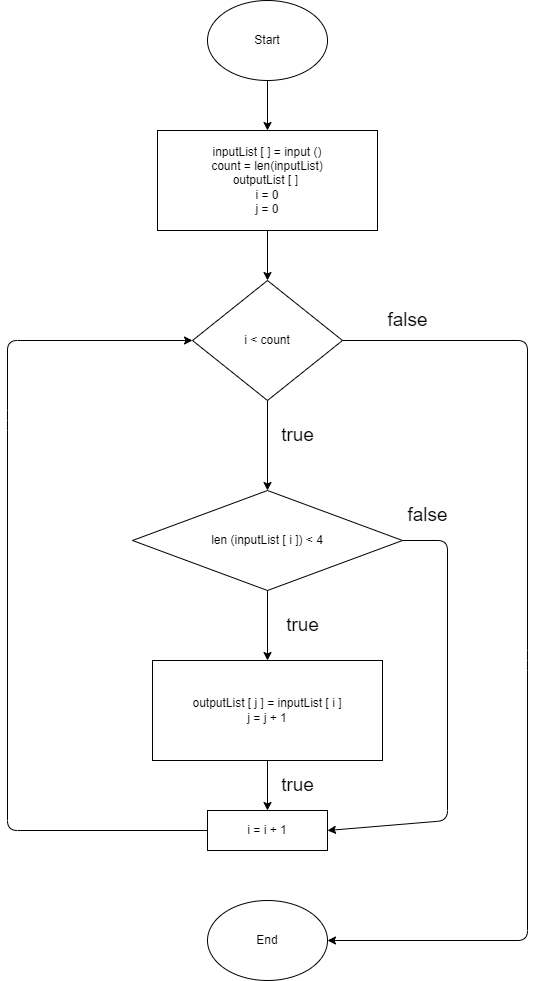
Earlier version of the draw.io export algorithm.drawio.png (ZalesskayaLV/Test). Source tidied: cells renumbered, new cells last; positions are measured from the earlier drawing's top-left corner, leaving out a move shared by most shapes. Its diagram source:
```xml
<mxGraphModel>
  <root>
    <mxCell id="0" />
    <mxCell id="1" parent="0" />
    <mxCell id="2" style="edgeStyle=none;html=1;entryX=0.5;entryY=0;entryDx=0;entryDy=0;" parent="1" edge="1" source="3" target="5">
      <mxGeometry relative="1" as="geometry" />
    </mxCell>
    <mxCell id="3" value="Start" style="ellipse;whiteSpace=wrap;html=1;" parent="1" vertex="1">
      <mxGeometry x="200" width="120" height="80" as="geometry" />
    </mxCell>
    <mxCell id="4" style="edgeStyle=none;html=1;entryX=0.5;entryY=0;entryDx=0;entryDy=0;" parent="1" edge="1" source="5" target="8">
      <mxGeometry relative="1" as="geometry" />
    </mxCell>
    <mxCell id="5" value="inputList [ ] = input ()&lt;br&gt;count = len(inputList)&lt;br&gt;outputList [ ]&amp;nbsp;&lt;br&gt;i = 0&lt;br&gt;j = 0" style="rounded=0;whiteSpace=wrap;html=1;" parent="1" vertex="1">
      <mxGeometry x="150" y="130" width="220" height="100" as="geometry" />
    </mxCell>
    <mxCell id="6" style="edgeStyle=none;html=1;exitX=0.5;exitY=1;exitDx=0;exitDy=0;" parent="1" edge="1" source="8" target="11">
      <mxGeometry relative="1" as="geometry" />
    </mxCell>
    <mxCell id="7" style="edgeStyle=none;html=1;exitX=1;exitY=0.5;exitDx=0;exitDy=0;entryX=1;entryY=0.5;entryDx=0;entryDy=0;" parent="1" edge="1" source="8" target="16">
      <mxGeometry relative="1" as="geometry">
        <Array as="points">
          <mxPoint x="520" y="340" />
          <mxPoint x="520" y="660" />
          <mxPoint x="520" y="940" />
        </Array>
      </mxGeometry>
    </mxCell>
    <mxCell id="8" value="i &amp;lt; count" style="rhombus;whiteSpace=wrap;html=1;" parent="1" vertex="1">
      <mxGeometry x="185" y="280" width="150" height="120" as="geometry" />
    </mxCell>
    <mxCell id="9" style="edgeStyle=none;html=1;exitX=0.5;exitY=1;exitDx=0;exitDy=0;" parent="1" edge="1" source="11" target="13">
      <mxGeometry relative="1" as="geometry" />
    </mxCell>
    <mxCell id="10" style="edgeStyle=none;html=1;exitX=1;exitY=0.5;exitDx=0;exitDy=0;entryX=1;entryY=0.5;entryDx=0;entryDy=0;" parent="1" edge="1" source="11" target="15">
      <mxGeometry relative="1" as="geometry">
        <Array as="points">
          <mxPoint x="440" y="540" />
          <mxPoint x="440" y="820" />
        </Array>
      </mxGeometry>
    </mxCell>
    <mxCell id="11" value="len (inputList [ i ]) &amp;lt; 4" style="rhombus;whiteSpace=wrap;html=1;" parent="1" vertex="1">
      <mxGeometry x="125" y="490" width="270" height="100" as="geometry" />
    </mxCell>
    <mxCell id="12" style="edgeStyle=none;html=1;exitX=0.5;exitY=1;exitDx=0;exitDy=0;entryX=0.5;entryY=0;entryDx=0;entryDy=0;" parent="1" edge="1" source="13" target="15">
      <mxGeometry relative="1" as="geometry" />
    </mxCell>
    <mxCell id="13" value="outputList [ j ] = inputList [ i ]&lt;br&gt;j = j + 1" style="rounded=0;whiteSpace=wrap;html=1;" parent="1" vertex="1">
      <mxGeometry x="145" y="660" width="230" height="100" as="geometry" />
    </mxCell>
    <mxCell id="14" style="edgeStyle=none;html=1;exitX=0;exitY=0.5;exitDx=0;exitDy=0;entryX=0;entryY=0.5;entryDx=0;entryDy=0;" parent="1" edge="1" source="15" target="8">
      <mxGeometry relative="1" as="geometry">
        <Array as="points">
          <mxPoint y="830" />
          <mxPoint y="420" />
          <mxPoint y="340" />
        </Array>
      </mxGeometry>
    </mxCell>
    <mxCell id="15" value="i = i + 1" style="rounded=0;whiteSpace=wrap;html=1;" parent="1" vertex="1">
      <mxGeometry x="200" y="810" width="120" height="40" as="geometry" />
    </mxCell>
    <mxCell id="16" value="End" style="ellipse;whiteSpace=wrap;html=1;" parent="1" vertex="1">
      <mxGeometry x="200" y="900" width="120" height="80" as="geometry" />
    </mxCell>
    <mxCell id="17" value="false" style="text;html=1;align=center;verticalAlign=middle;strokeColor=none;fillColor=none;fontSize=19;" parent="1" vertex="1">
      <mxGeometry x="370" y="305" width="60" height="30" as="geometry" />
    </mxCell>
    <mxCell id="18" value="false" style="text;html=1;align=center;verticalAlign=middle;strokeColor=none;fillColor=none;fontSize=19;" parent="1" vertex="1">
      <mxGeometry x="390" y="500" width="60" height="30" as="geometry" />
    </mxCell>
    <mxCell id="19" value="true" style="text;html=1;align=center;verticalAlign=middle;strokeColor=none;fillColor=none;fontSize=19;" parent="1" vertex="1">
      <mxGeometry x="265" y="420" width="50" height="30" as="geometry" />
    </mxCell>
    <mxCell id="20" value="true" style="text;html=1;align=center;verticalAlign=middle;strokeColor=none;fillColor=none;fontSize=19;" parent="1" vertex="1">
      <mxGeometry x="270" y="610" width="50" height="30" as="geometry" />
    </mxCell>
    <mxCell id="21" value="true" style="text;html=1;align=center;verticalAlign=middle;strokeColor=none;fillColor=none;fontSize=19;" parent="1" vertex="1">
      <mxGeometry x="265" y="770" width="50" height="30" as="geometry" />
    </mxCell>
  </root>
</mxGraphModel>
```
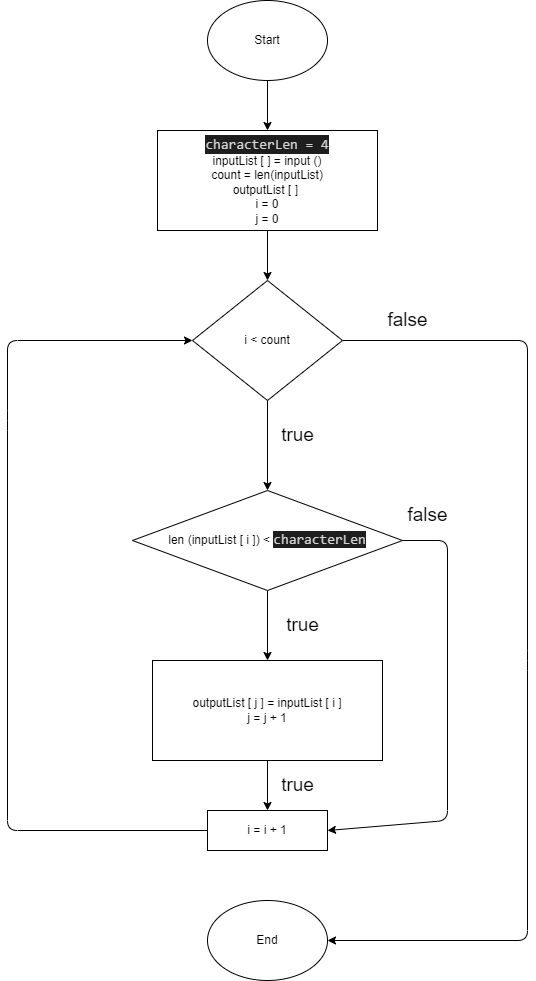
Above is the later version.

Commit message:
Correct data

What changed in the source:
```diff
@@ -11,7 +11,7 @@
     <mxCell id="4" style="edgeStyle=none;html=1;entryX=0.5;entryY=0;entryDx=0;entryDy=0;" parent="1" edge="1" source="5" target="8">
       <mxGeometry relative="1" as="geometry" />
     </mxCell>
-    <mxCell id="5" value="inputList [ ] = input ()&lt;br&gt;count = len(inputList)&lt;br&gt;outputList [ ]&amp;nbsp;&lt;br&gt;i = 0&lt;br&gt;j = 0" style="rounded=0;whiteSpace=wrap;html=1;" parent="1" vertex="1">
+    <mxCell id="5" value="&lt;div style=&quot;color: rgb(212 , 212 , 212) ; background-color: rgb(30 , 30 , 30) ; font-family: &amp;#34;consolas&amp;#34; , &amp;#34;courier new&amp;#34; , monospace ; font-size: 14px ; line-height: 19px&quot;&gt;characterLen = 4&lt;/div&gt;inputList [ ] = input ()&lt;br&gt;count = len(inputList)&lt;br&gt;outputList [ ]&amp;nbsp;&lt;br&gt;i = 0&lt;br&gt;j = 0" style="rounded=0;whiteSpace=wrap;html=1;" parent="1" vertex="1">
       <mxGeometry x="150" y="130" width="220" height="100" as="geometry" />
     </mxCell>
     <mxCell id="6" style="edgeStyle=none;html=1;exitX=0.5;exitY=1;exitDx=0;exitDy=0;" parent="1" edge="1" source="8" target="11">
@@ -40,7 +40,7 @@
         </Array>
       </mxGeometry>
     </mxCell>
-    <mxCell id="11" value="len (inputList [ i ]) &amp;lt; 4" style="rhombus;whiteSpace=wrap;html=1;" parent="1" vertex="1">
+    <mxCell id="11" value="len (inputList [ i ]) &amp;lt;&amp;nbsp;&lt;span style=&quot;color: rgb(212 , 212 , 212) ; font-family: &amp;#34;consolas&amp;#34; , &amp;#34;courier new&amp;#34; , monospace ; font-size: 14px ; background-color: rgb(30 , 30 , 30)&quot;&gt;characterLen&lt;/span&gt;" style="rhombus;whiteSpace=wrap;html=1;" parent="1" vertex="1">
       <mxGeometry x="125" y="490" width="270" height="100" as="geometry" />
     </mxCell>
     <mxCell id="12" style="edgeStyle=none;html=1;exitX=0.5;exitY=1;exitDx=0;exitDy=0;entryX=0.5;entryY=0;entryDx=0;entryDy=0;" parent="1" edge="1" source="13" target="15">
```
